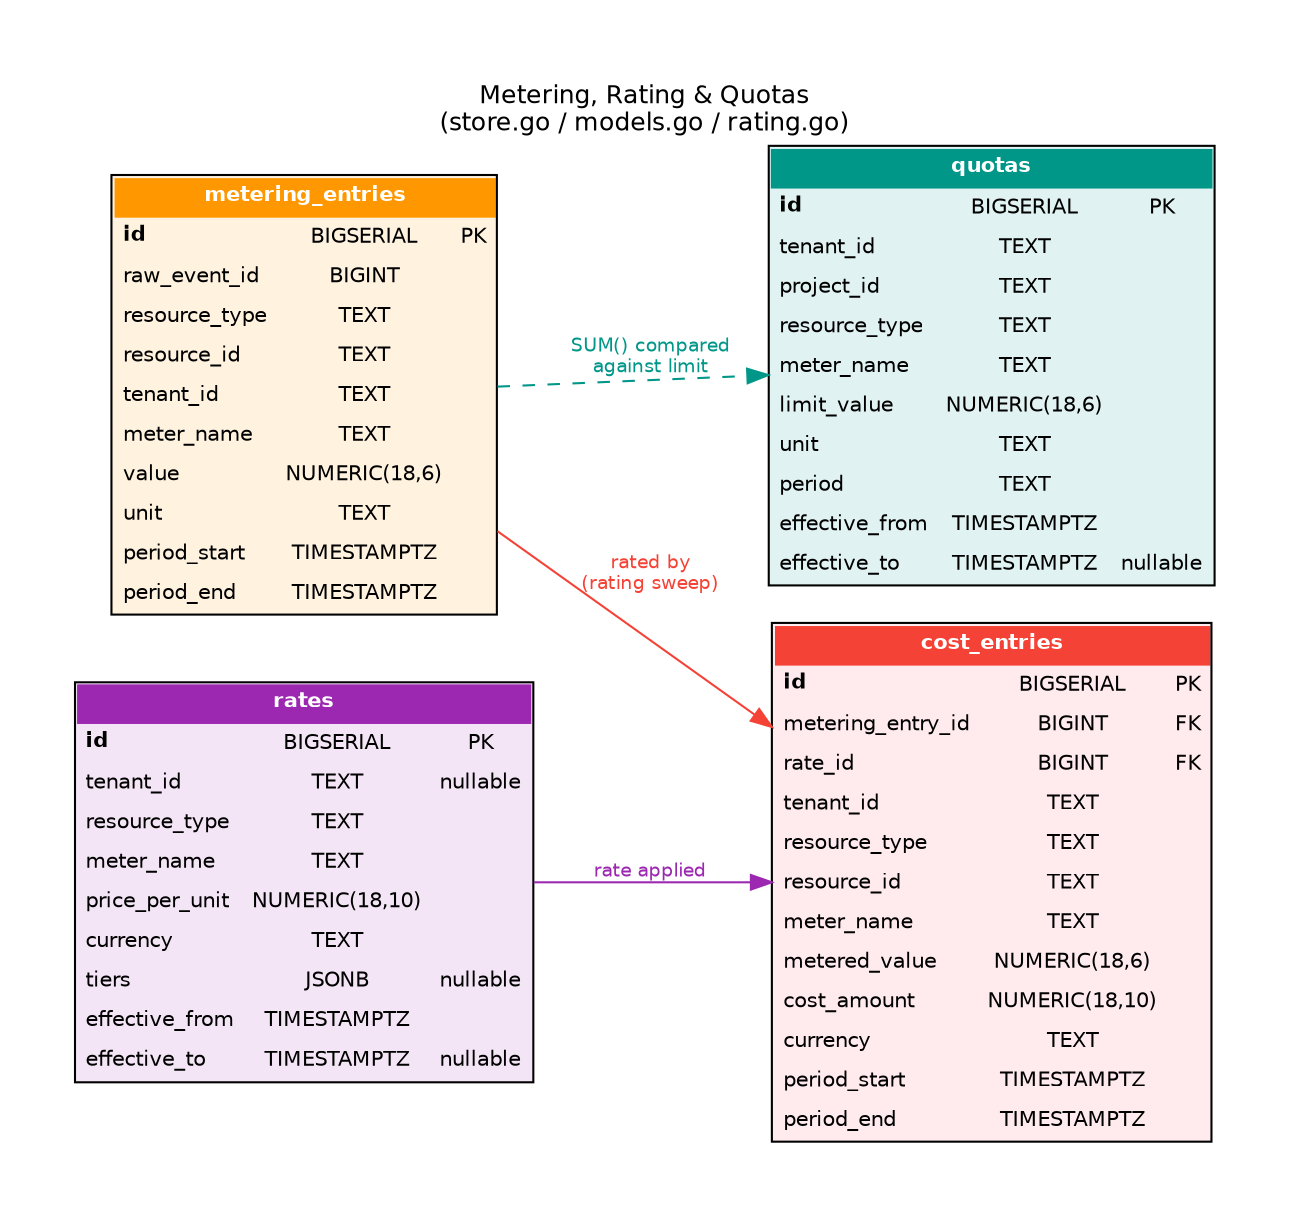
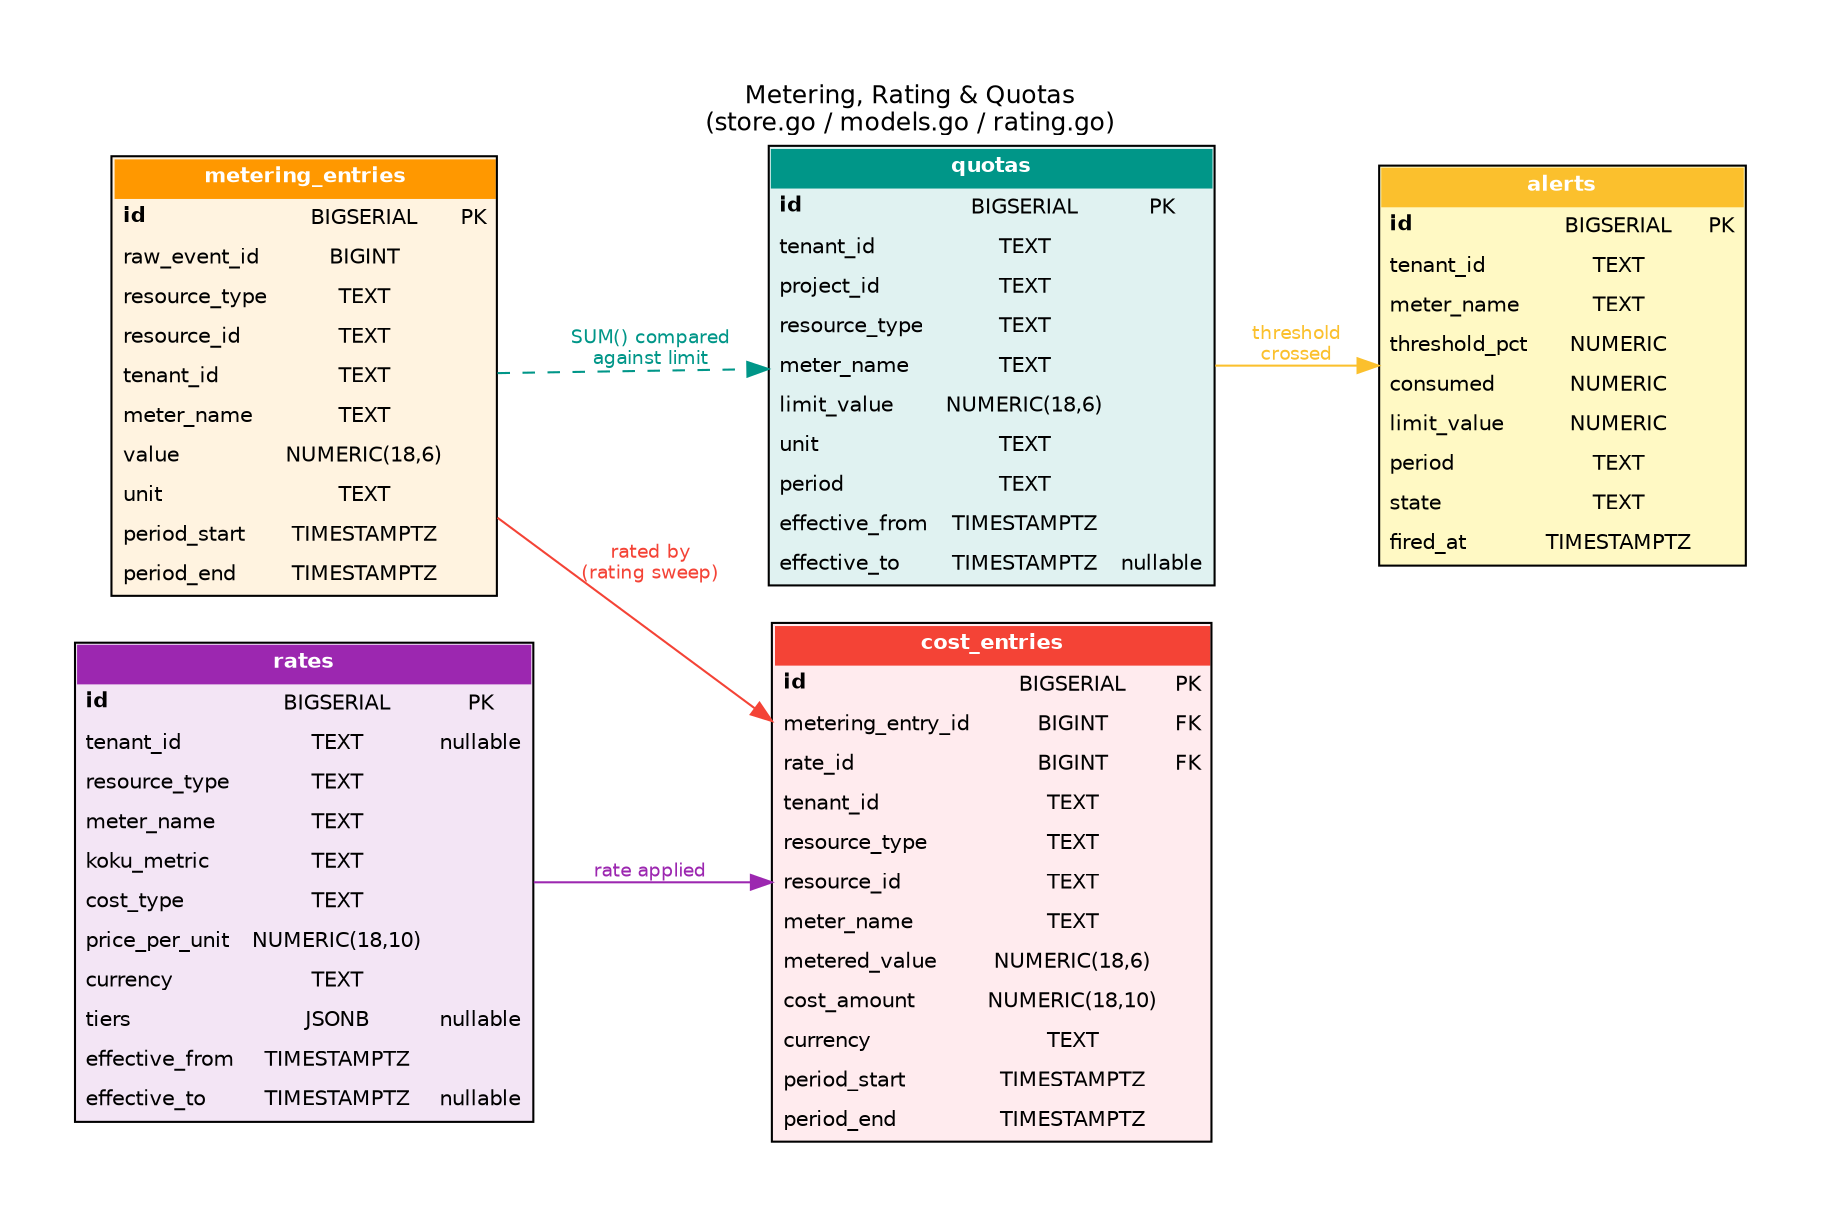
// ERD: Metering, Rating & Quotas
// Tables that track usage, apply rates, compute cost, and enforce quotas.
//
// Source: inventory-watcher/internal/inventory/store.go (schema)
// Models: inventory-watcher/internal/inventory/models.go
// Rating: inventory-watcher/internal/rating/rating.go

digraph erd_metering_cost {
    graph [
        rankdir=LR
        fontname="Helvetica"
        fontsize=12
        label="Metering, Rating & Quotas\n(store.go / models.go / rating.go)"
        labelloc=t
        bgcolor=white
        pad=0.5
    ]
    node [
        shape=plain
        fontname="Helvetica"
        fontsize=10
    ]
    edge [
        fontname="Helvetica"
        fontsize=9
        color="#666666"
    ]

    metering_entries [label=<
        <TABLE BORDER="1" CELLBORDER="0" CELLSPACING="0" CELLPADDING="4" BGCOLOR="#FFF3E0">
            <TR><TD COLSPAN="3" BGCOLOR="#FF9800"><FONT COLOR="white"><B>metering_entries</B></FONT></TD></TR>
            <TR><TD ALIGN="LEFT"><B>id</B></TD><TD>BIGSERIAL</TD><TD>PK</TD></TR>
            <TR><TD ALIGN="LEFT">raw_event_id</TD><TD>BIGINT</TD><TD></TD></TR>
            <TR><TD ALIGN="LEFT">resource_type</TD><TD>TEXT</TD><TD></TD></TR>
            <TR><TD ALIGN="LEFT">resource_id</TD><TD>TEXT</TD><TD></TD></TR>
            <TR><TD ALIGN="LEFT">tenant_id</TD><TD>TEXT</TD><TD></TD></TR>
            <TR><TD ALIGN="LEFT">meter_name</TD><TD>TEXT</TD><TD></TD></TR>
            <TR><TD ALIGN="LEFT">value</TD><TD>NUMERIC(18,6)</TD><TD></TD></TR>
            <TR><TD ALIGN="LEFT">unit</TD><TD>TEXT</TD><TD></TD></TR>
            <TR><TD ALIGN="LEFT">period_start</TD><TD>TIMESTAMPTZ</TD><TD></TD></TR>
            <TR><TD ALIGN="LEFT">period_end</TD><TD>TIMESTAMPTZ</TD><TD></TD></TR>
        </TABLE>
    >]

    rates [label=<
        <TABLE BORDER="1" CELLBORDER="0" CELLSPACING="0" CELLPADDING="4" BGCOLOR="#F3E5F5">
            <TR><TD COLSPAN="3" BGCOLOR="#9C27B0"><FONT COLOR="white"><B>rates</B></FONT></TD></TR>
            <TR><TD ALIGN="LEFT"><B>id</B></TD><TD>BIGSERIAL</TD><TD>PK</TD></TR>
            <TR><TD ALIGN="LEFT">tenant_id</TD><TD>TEXT</TD><TD>nullable</TD></TR>
            <TR><TD ALIGN="LEFT">resource_type</TD><TD>TEXT</TD><TD></TD></TR>
            <TR><TD ALIGN="LEFT">meter_name</TD><TD>TEXT</TD><TD></TD></TR>
+             <TR><TD ALIGN="LEFT">koku_metric</TD><TD>TEXT</TD><TD></TD></TR>
+             <TR><TD ALIGN="LEFT">cost_type</TD><TD>TEXT</TD><TD></TD></TR>
            <TR><TD ALIGN="LEFT">price_per_unit</TD><TD>NUMERIC(18,10)</TD><TD></TD></TR>
            <TR><TD ALIGN="LEFT">currency</TD><TD>TEXT</TD><TD></TD></TR>
            <TR><TD ALIGN="LEFT">tiers</TD><TD>JSONB</TD><TD>nullable</TD></TR>
            <TR><TD ALIGN="LEFT">effective_from</TD><TD>TIMESTAMPTZ</TD><TD></TD></TR>
            <TR><TD ALIGN="LEFT">effective_to</TD><TD>TIMESTAMPTZ</TD><TD>nullable</TD></TR>
        </TABLE>
    >]

    cost_entries [label=<
        <TABLE BORDER="1" CELLBORDER="0" CELLSPACING="0" CELLPADDING="4" BGCOLOR="#FFEBEE">
            <TR><TD COLSPAN="3" BGCOLOR="#F44336"><FONT COLOR="white"><B>cost_entries</B></FONT></TD></TR>
            <TR><TD ALIGN="LEFT"><B>id</B></TD><TD>BIGSERIAL</TD><TD>PK</TD></TR>
            <TR><TD ALIGN="LEFT">metering_entry_id</TD><TD>BIGINT</TD><TD>FK</TD></TR>
            <TR><TD ALIGN="LEFT">rate_id</TD><TD>BIGINT</TD><TD>FK</TD></TR>
            <TR><TD ALIGN="LEFT">tenant_id</TD><TD>TEXT</TD><TD></TD></TR>
            <TR><TD ALIGN="LEFT">resource_type</TD><TD>TEXT</TD><TD></TD></TR>
            <TR><TD ALIGN="LEFT">resource_id</TD><TD>TEXT</TD><TD></TD></TR>
            <TR><TD ALIGN="LEFT">meter_name</TD><TD>TEXT</TD><TD></TD></TR>
            <TR><TD ALIGN="LEFT">metered_value</TD><TD>NUMERIC(18,6)</TD><TD></TD></TR>
            <TR><TD ALIGN="LEFT">cost_amount</TD><TD>NUMERIC(18,10)</TD><TD></TD></TR>
            <TR><TD ALIGN="LEFT">currency</TD><TD>TEXT</TD><TD></TD></TR>
            <TR><TD ALIGN="LEFT">period_start</TD><TD>TIMESTAMPTZ</TD><TD></TD></TR>
            <TR><TD ALIGN="LEFT">period_end</TD><TD>TIMESTAMPTZ</TD><TD></TD></TR>
        </TABLE>
    >]

    quotas [label=<
        <TABLE BORDER="1" CELLBORDER="0" CELLSPACING="0" CELLPADDING="4" BGCOLOR="#E0F2F1">
            <TR><TD COLSPAN="3" BGCOLOR="#009688"><FONT COLOR="white"><B>quotas</B></FONT></TD></TR>
            <TR><TD ALIGN="LEFT"><B>id</B></TD><TD>BIGSERIAL</TD><TD>PK</TD></TR>
            <TR><TD ALIGN="LEFT">tenant_id</TD><TD>TEXT</TD><TD></TD></TR>
            <TR><TD ALIGN="LEFT">project_id</TD><TD>TEXT</TD><TD></TD></TR>
            <TR><TD ALIGN="LEFT">resource_type</TD><TD>TEXT</TD><TD></TD></TR>
            <TR><TD ALIGN="LEFT">meter_name</TD><TD>TEXT</TD><TD></TD></TR>
            <TR><TD ALIGN="LEFT">limit_value</TD><TD>NUMERIC(18,6)</TD><TD></TD></TR>
            <TR><TD ALIGN="LEFT">unit</TD><TD>TEXT</TD><TD></TD></TR>
            <TR><TD ALIGN="LEFT">period</TD><TD>TEXT</TD><TD></TD></TR>
            <TR><TD ALIGN="LEFT">effective_from</TD><TD>TIMESTAMPTZ</TD><TD></TD></TR>
            <TR><TD ALIGN="LEFT">effective_to</TD><TD>TIMESTAMPTZ</TD><TD>nullable</TD></TR>
        </TABLE>
    >]

+     alerts [label=<
+         <TABLE BORDER="1" CELLBORDER="0" CELLSPACING="0" CELLPADDING="4" BGCOLOR="#FFF9C4">
+             <TR><TD COLSPAN="3" BGCOLOR="#FBC02D"><FONT COLOR="white"><B>alerts</B></FONT></TD></TR>
+             <TR><TD ALIGN="LEFT"><B>id</B></TD><TD>BIGSERIAL</TD><TD>PK</TD></TR>
+             <TR><TD ALIGN="LEFT">tenant_id</TD><TD>TEXT</TD><TD></TD></TR>
+             <TR><TD ALIGN="LEFT">meter_name</TD><TD>TEXT</TD><TD></TD></TR>
+             <TR><TD ALIGN="LEFT">threshold_pct</TD><TD>NUMERIC</TD><TD></TD></TR>
+             <TR><TD ALIGN="LEFT">consumed</TD><TD>NUMERIC</TD><TD></TD></TR>
+             <TR><TD ALIGN="LEFT">limit_value</TD><TD>NUMERIC</TD><TD></TD></TR>
+             <TR><TD ALIGN="LEFT">period</TD><TD>TEXT</TD><TD></TD></TR>
+             <TR><TD ALIGN="LEFT">state</TD><TD>TEXT</TD><TD></TD></TR>
+             <TR><TD ALIGN="LEFT">fired_at</TD><TD>TIMESTAMPTZ</TD><TD></TD></TR>
+         </TABLE>
+     >]
+ 
    // Data flow
    metering_entries -> cost_entries [label="rated by\n(rating sweep)" color="#F44336" fontcolor="#F44336"]
    rates -> cost_entries [label="rate applied" color="#9C27B0" fontcolor="#9C27B0"]
    metering_entries -> quotas [label="SUM() compared\nagainst limit" style=dashed color="#009688" fontcolor="#009688"]
+     quotas -> alerts [label="threshold\ncrossed" color="#FBC02D" fontcolor="#FBC02D"]
}
